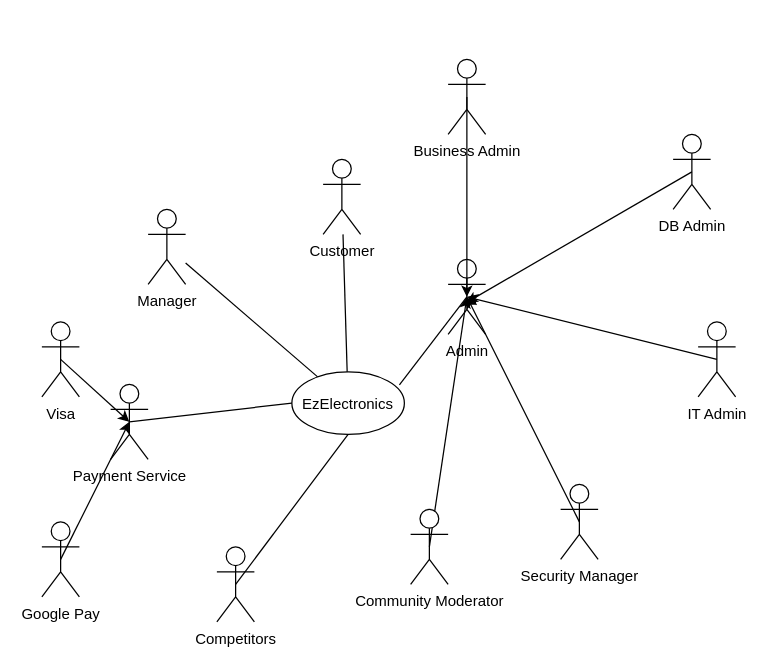
eduardz1/EZElectronics keeps this draw.io diagram as page "V2" (2 of 2) of figures/context-diagram.drawio. Above is the earlier version. Source tidied: cells renumbered, new cells numbered last; positions are measured from the earlier drawing's top-left corner, leaving out a move shared by most shapes. Both pictures are drawn from the tidied source at 125%, with x=0, y=0 at pixel (41, 59).
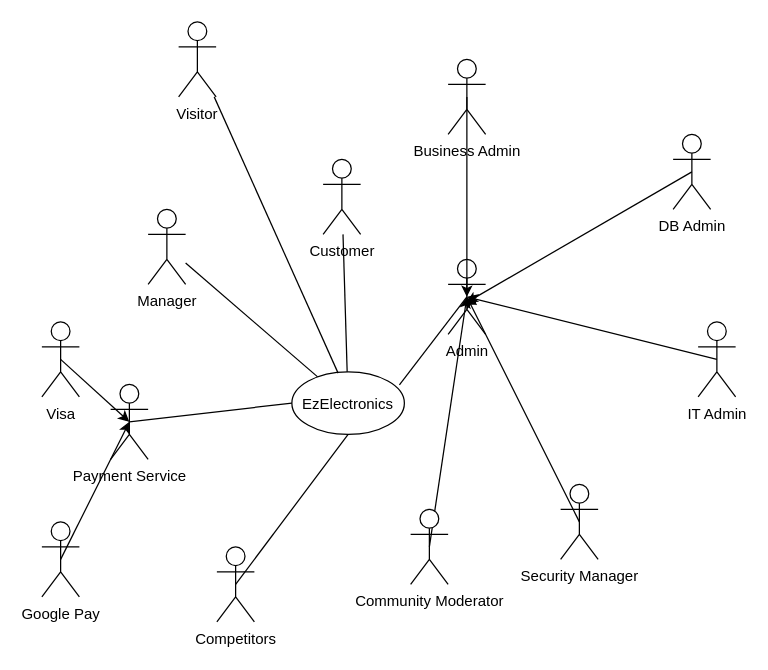
Above is the later version.

Unchanged cells that the change refers to:
```xml
<mxCell id="8" value="EzElectronics" style="ellipse;" parent="1" vertex="1">
  <mxGeometry x="200" y="250" width="90" height="50" as="geometry" />
</mxCell>
```

The edit, as a diff of the source:
```diff
@@
+    <mxCell id="27" style="edgeStyle=none;html=1;endArrow=none;endFill=0;entryX=0.411;entryY=0.02;entryDx=0;entryDy=0;entryPerimeter=0;" parent="1" edge="1" source="28" target="8">
+      <mxGeometry relative="1" as="geometry" />
+    </mxCell>
+    <mxCell id="28" value="Visitor" style="shape=umlActor;verticalLabelPosition=bottom;verticalAlign=top;html=1;" parent="1" vertex="1">
+      <mxGeometry x="109.4" y="-30" width="30" height="60" as="geometry" />
+    </mxCell>
```
